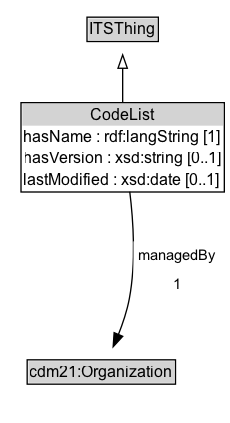
Above: docs/diagrams/CodeList.dot.png in ISO-TC204/ontology-its-core-v1 (Graphviz), before the change. Its source is kept beside it as docs/diagrams/CodeList.dot.
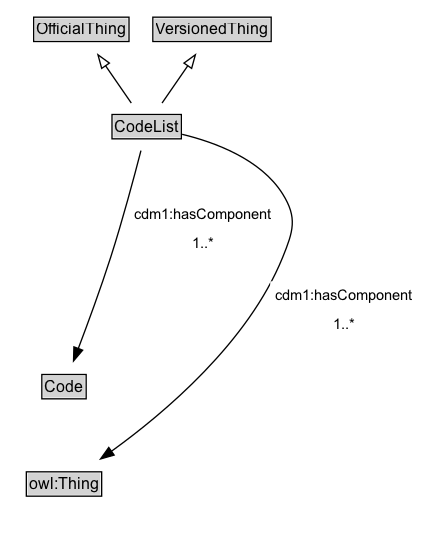
Above is the later version.

Diff of the diagram source:
```diff
@@ -4,20 +4,26 @@
 	edge [fontname=Arial fontsize=11]
 	{
 		rank=source
-		ITSThing [label=<<TABLE BORDER="1" CELLBORDER="0" CELLSPACING="0" CELLPADDING="1"><TR><TD BGCOLOR="lightgray" ALIGN="CENTER">ITSThing</TD></TR></TABLE>> URL="../ITSThing" margin=0]
+		OfficialThing [label=<<TABLE BORDER="1" CELLBORDER="0" CELLSPACING="0" CELLPADDING="1"><TR><TD BGCOLOR="lightgray" ALIGN="CENTER">OfficialThing</TD></TR></TABLE>> URL="../OfficialThing" margin=0]
+		VersionedThing [label=<<TABLE BORDER="1" CELLBORDER="0" CELLSPACING="0" CELLPADDING="1"><TR><TD BGCOLOR="lightgray" ALIGN="CENTER">VersionedThing</TD></TR></TABLE>> URL="../VersionedThing" margin=0]
 	}
-	CodeList [label=<<TABLE BORDER="1" CELLBORDER="0" CELLSPACING="0" CELLPADDING="1"><TR><TD BGCOLOR="lightgray" ALIGN="CENTER">CodeList</TD></TR><TR><TD ALIGN="LEFT">hasName : rdf:langString [1]</TD></TR><TR><TD ALIGN="LEFT">hasVersion : xsd:string [0..1]</TD></TR><TR><TD ALIGN="LEFT">lastModified : xsd:date [0..1]</TD></TR></TABLE>> URL="../CodeList" margin=0]
+	CodeList [label=<<TABLE BORDER="1" CELLBORDER="0" CELLSPACING="0" CELLPADDING="1"><TR><TD BGCOLOR="lightgray" ALIGN="CENTER">CodeList</TD></TR></TABLE>> URL="../CodeList" margin=0]
 	{
 		rank=max
 	}
 	subgraph cluster_associated {
 		label="" style=invis
 		Invis [label=<<TABLE BORDER="0" CELLBORDER="0" CELLSPACING="0" CELLPADDING="1"><TR><TD></TD></TR></TABLE>> margin=0 style=invis]
-		cdm21_Organization [label=<<TABLE BORDER="1" CELLBORDER="0" CELLSPACING="0" CELLPADDING="1"><TR><TD BGCOLOR="lightgray" ALIGN="CENTER">cdm21:Organization</TD></TR></TABLE>> URL="https://w3id.org/citydata/imported/cdm21/latest/Organization" margin=0]
+		Code [label=<<TABLE BORDER="1" CELLBORDER="0" CELLSPACING="0" CELLPADDING="1"><TR><TD BGCOLOR="lightgray" ALIGN="CENTER">Code</TD></TR></TABLE>> URL="../Code" margin=0]
+		owl_Thing [label=<<TABLE BORDER="1" CELLBORDER="0" CELLSPACING="0" CELLPADDING="1"><TR><TD BGCOLOR="lightgray" ALIGN="CENTER">owl:Thing</TD></TR></TABLE>> URL="https://w3id.org/citydata/imported/owl/latest/Thing" margin=0]
 	}
-	CodeList -> ITSThing [arrowhead=onormal style=solid]
+	CodeList -> OfficialThing [arrowhead=onormal style=solid]
+	CodeList -> VersionedThing [arrowhead=onormal style=solid]
 	CodeList -> Invis [style=invis]
-	Invis -> cdm21_Organization [style=invis]
-	cdm21_Organization [label=<<TABLE BORDER="1" CELLBORDER="0" CELLSPACING="0" CELLPADDING="1"><TR><TD BGCOLOR="lightgray" ALIGN="CENTER">cdm21:Organization</TD></TR></TABLE>> URL="https://w3id.org/citydata/imported/cdm21/latest/Organization" margin=0]
-	CodeList -> cdm21_Organization [label=<<TABLE BORDER="0" CELLBORDER="0" CELLSPACING="0" CELLPADDING="4" BGCOLOR="white"><TR><TD ALIGN="CENTER">managedBy</TD></TR><TR><TD ALIGN="CENTER">1</TD></TR></TABLE>> arrowhead=normal style=solid]
+	Invis -> Code [style=invis]
+	Code -> owl_Thing [style=invis]
+	owl_Thing [label=<<TABLE BORDER="1" CELLBORDER="0" CELLSPACING="0" CELLPADDING="1"><TR><TD BGCOLOR="lightgray" ALIGN="CENTER">owl:Thing</TD></TR></TABLE>> URL="https://w3id.org/citydata/imported/owl/latest/Thing" margin=0]
+	CodeList -> owl_Thing [label=<<TABLE BORDER="0" CELLBORDER="0" CELLSPACING="0" CELLPADDING="4" BGCOLOR="white"><TR><TD ALIGN="CENTER">cdm1:hasComponent</TD></TR><TR><TD ALIGN="CENTER">1..*</TD></TR></TABLE>> arrowhead=normal style=solid]
+	Code [label=<<TABLE BORDER="1" CELLBORDER="0" CELLSPACING="0" CELLPADDING="1"><TR><TD BGCOLOR="lightgray" ALIGN="CENTER">Code</TD></TR></TABLE>> URL="../Code" margin=0]
+	CodeList -> Code [label=<<TABLE BORDER="0" CELLBORDER="0" CELLSPACING="0" CELLPADDING="4" BGCOLOR="white"><TR><TD ALIGN="CENTER">cdm1:hasComponent</TD></TR><TR><TD ALIGN="CENTER">1..*</TD></TR></TABLE>> arrowhead=normal style=solid]
 }
```
